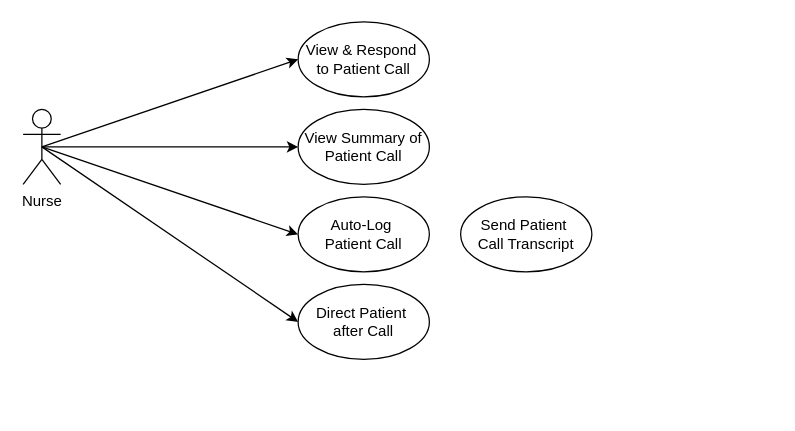
The draw.io diagram Nurse_Hotline_UseCaseDiagram.drawio in SENG-350-2024-fall/Team9, before the edit. Source tidied: cells renumbered, new cells numbered last; positions are measured from the earlier drawing's top-left corner, leaving out a move shared by most shapes. Both pictures are drawn from the tidied source at 125%, with x=0, y=0 at pixel (22, 21).
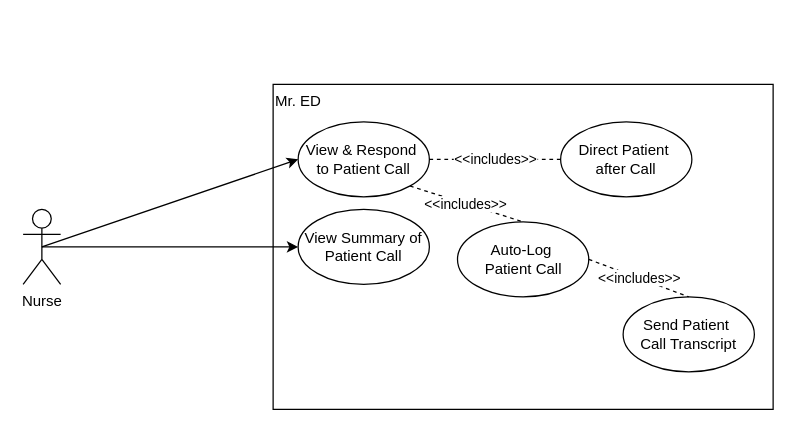
Above is the later version.

What changed in the source:
```diff
@@
 <mxGraphModel>
   <root>
     <mxCell id="0" />
     <mxCell id="1" parent="0" />
+    <mxCell id="12" value="Mr. ED" style="rounded=0;whiteSpace=wrap;html=1;fillColor=none;align=left;verticalAlign=top;" parent="1" vertex="1">
+      <mxGeometry x="200" y="50" width="400" height="260" as="geometry" />
+    </mxCell>
     <mxCell id="2" value="Nurse" style="shape=umlActor;verticalLabelPosition=bottom;verticalAlign=top;html=1;outlineConnect=0;" parent="1" vertex="1">
-      <mxGeometry y="70" width="30" height="60" as="geometry" />
+      <mxGeometry y="150" width="30" height="60" as="geometry" />
     </mxCell>
     <mxCell id="3" value="View &amp;amp; Respond&amp;nbsp;&lt;div&gt;to Patient Call&lt;/div&gt;" style="ellipse;whiteSpace=wrap;html=1;" parent="1" vertex="1">
-      <mxGeometry x="220" width="105" height="60" as="geometry" />
+      <mxGeometry x="220" y="80" width="105" height="60" as="geometry" />
     </mxCell>
     <mxCell id="4" value="View Summary of Patient Call" style="ellipse;whiteSpace=wrap;html=1;" parent="1" vertex="1">
-      <mxGeometry x="220" y="70" width="105" height="60" as="geometry" />
+      <mxGeometry x="220" y="150" width="105" height="60" as="geometry" />
     </mxCell>
     <mxCell id="5" value="Auto-Log&amp;nbsp;&lt;br&gt;Patient Call" style="ellipse;whiteSpace=wrap;html=1;" parent="1" vertex="1">
-      <mxGeometry x="220" y="140" width="105" height="60" as="geometry" />
+      <mxGeometry x="347.5" y="160" width="105" height="60" as="geometry" />
     </mxCell>
     <mxCell id="6" value="Send Patient&amp;nbsp;&lt;div&gt;Call Transcript&lt;/div&gt;" style="ellipse;whiteSpace=wrap;html=1;" parent="1" vertex="1">
-      <mxGeometry x="350" y="140" width="105" height="60" as="geometry" />
+      <mxGeometry x="480" y="220" width="105" height="60" as="geometry" />
     </mxCell>
     <mxCell id="7" value="&lt;div&gt;Direct Patient&amp;nbsp;&lt;/div&gt;&lt;div&gt;after Call&lt;/div&gt;" style="ellipse;whiteSpace=wrap;html=1;" parent="1" vertex="1">
-      <mxGeometry x="220" y="210" width="105" height="60" as="geometry" />
+      <mxGeometry x="430" y="80" width="105" height="60" as="geometry" />
     </mxCell>
-    <mxCell id="8" style="endArrow=classic;html=1;rounded=0;entryX=0;entryY=0.5;entryDx=0;entryDy=0;exitX=0.5;exitY=0.5;exitDx=0;exitDy=0;exitPerimeter=0;" parent="1" edge="1" source="2" target="3">
+    <mxCell id="8" style="endArrow=classic;html=1;rounded=0;entryX=0;entryY=0.5;entryDx=0;entryDy=0;exitX=0.5;exitY=0.5;exitDx=0;exitDy=0;exitPerimeter=0;textOpacity=0;" parent="1" edge="1" source="2" target="3">
       <mxGeometry relative="1" as="geometry" />
     </mxCell>
     <mxCell id="9" style="endArrow=classic;html=1;rounded=0;entryX=0;entryY=0.5;entryDx=0;entryDy=0;exitX=0.5;exitY=0.5;exitDx=0;exitDy=0;exitPerimeter=0;" parent="1" edge="1" source="2" target="4">
       <mxGeometry relative="1" as="geometry" />
     </mxCell>
-    <mxCell id="10" style="endArrow=classic;html=1;rounded=0;entryX=0;entryY=0.5;entryDx=0;entryDy=0;exitX=0.5;exitY=0.5;exitDx=0;exitDy=0;exitPerimeter=0;" parent="1" edge="1" source="2" target="5">
-      <mxGeometry relative="1" as="geometry" />
-    </mxCell>
-    <mxCell id="11" style="endArrow=classic;html=1;rounded=0;entryX=0;entryY=0.5;entryDx=0;entryDy=0;exitX=0.5;exitY=0.5;exitDx=0;exitDy=0;exitPerimeter=0;" parent="1" edge="1" source="2" target="7">
-      <mxGeometry relative="1" as="geometry" />
-    </mxCell>
+    <mxCell id="13" value="&amp;lt;&amp;lt;includes&amp;gt;&amp;gt;" style="endArrow=none;dashed=1;html=1;rounded=0;entryX=0.5;entryY=0;entryDx=0;entryDy=0;exitX=1;exitY=0.5;exitDx=0;exitDy=0;" parent="1" edge="1" source="5" target="6">
+      <mxGeometry relative="1" as="geometry" />
+    </mxCell>
+    <mxCell id="14" value="&amp;lt;&amp;lt;includes&amp;gt;&amp;gt;" style="endArrow=none;dashed=1;html=1;rounded=0;entryX=0;entryY=0.5;entryDx=0;entryDy=0;exitX=1;exitY=0.5;exitDx=0;exitDy=0;" parent="1" edge="1" source="3" target="7">
+      <mxGeometry relative="1" as="geometry" />
+    </mxCell>
+    <mxCell id="15" value="&amp;lt;&amp;lt;includes&amp;gt;&amp;gt;" style="endArrow=none;dashed=1;html=1;rounded=0;entryX=0.5;entryY=0;entryDx=0;entryDy=0;exitX=1;exitY=1;exitDx=0;exitDy=0;" parent="1" edge="1" source="3" target="5">
+      <mxGeometry relative="1" as="geometry" />
+    </mxCell>
   </root>
 </mxGraphModel>
```
